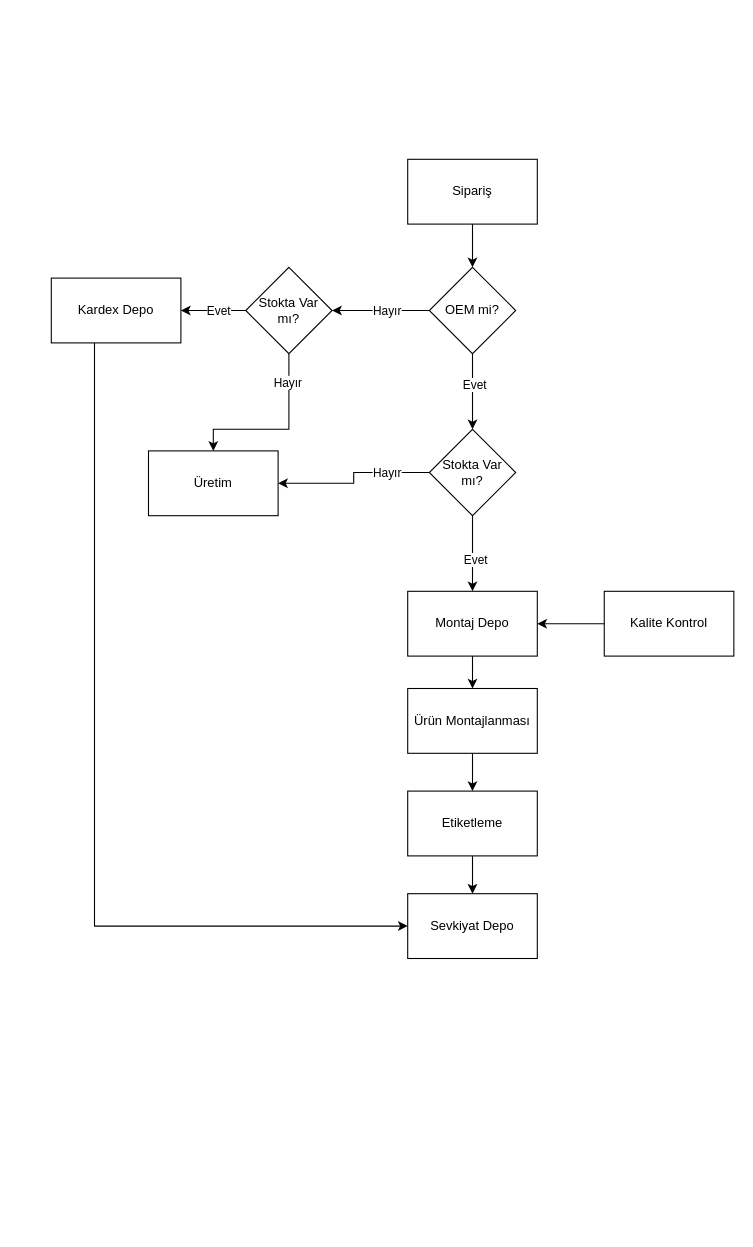
Before: xmls/Depo Akış Şeması.drawio in ahmetnihat/diagrams, a draw.io diagram. Source tidied: cells renumbered, new cells numbered last; positions are measured from the earlier drawing's top-left corner, leaving out a move shared by most shapes. Both pictures are drawn from the tidied source at 108%, with x=0, y=0 at pixel (51, 159).
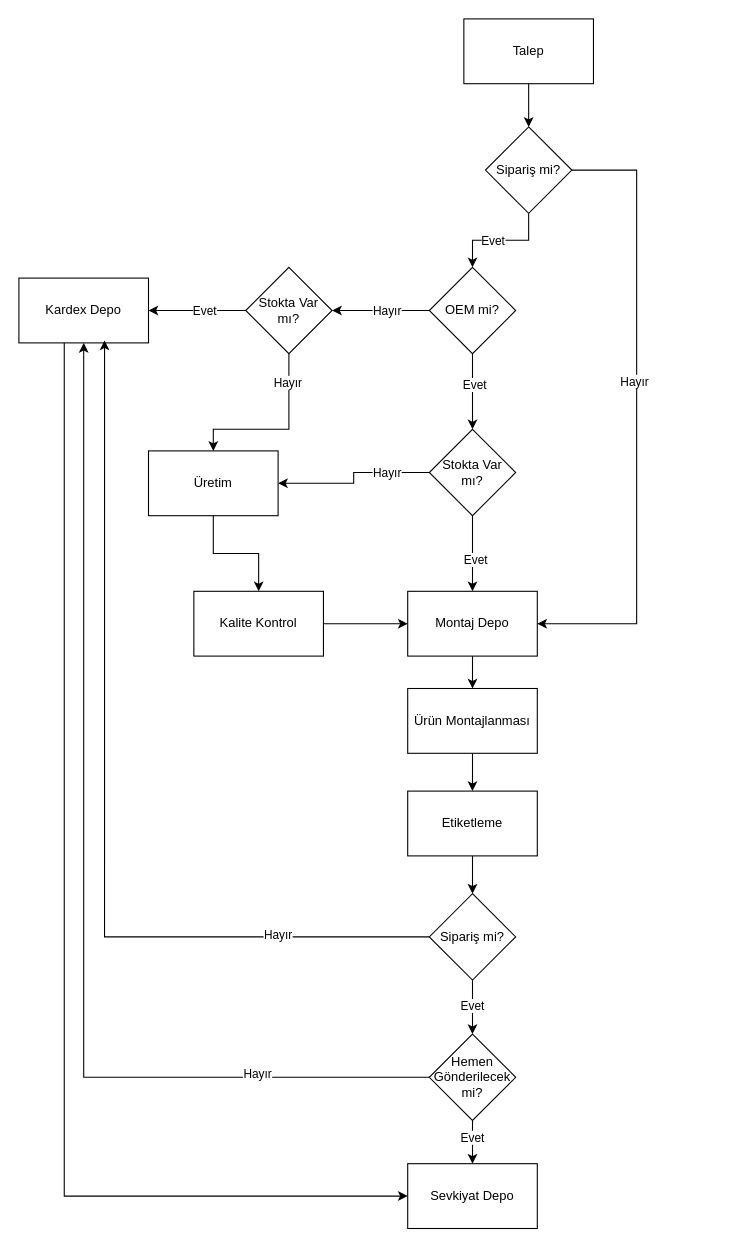
The same diagram, later.

The change refers to these unchanged cells:
```xml
<mxCell id="5" value="Montaj Depo" style="whiteSpace=wrap;html=1;" parent="1" vertex="1">
  <mxGeometry x="330" y="400" width="120" height="60" as="geometry" />
</mxCell>
<mxCell id="17" value="OEM mi?" style="rhombus;whiteSpace=wrap;html=1;" parent="1" vertex="1">
  <mxGeometry x="350" y="100" width="80" height="80" as="geometry" />
</mxCell>
<mxCell id="18" value="Üretim" style="whiteSpace=wrap;html=1;" parent="1" vertex="1">
  <mxGeometry x="90" y="270" width="120" height="60" as="geometry" />
</mxCell>
<mxCell id="29" value="Etiketleme" style="whiteSpace=wrap;html=1;" parent="1" vertex="1">
  <mxGeometry x="330" y="585" width="120" height="60" as="geometry" />
</mxCell>
```

The edit, as a diff of the source:
```diff
@@
     <mxCell id="3" value="Kalite Kontrol" style="whiteSpace=wrap;html=1;" parent="1" vertex="1">
-      <mxGeometry x="512" y="400" width="120" height="60" as="geometry" />
+      <mxGeometry x="132" y="400" width="120" height="60" as="geometry" />
     </mxCell>
@@
-    <mxCell id="6" style="edgeStyle=orthogonalEdgeStyle;rounded=0;jettySize=auto;html=1;" parent="1" edge="1" source="7" target="17">
-      <mxGeometry relative="1" as="geometry" />
-    </mxCell>
-    <mxCell id="7" value="Sipariş" style="whiteSpace=wrap;html=1;" parent="1" vertex="1">
-      <mxGeometry x="330" width="120" height="60" as="geometry" />
-    </mxCell>
@@
+    <mxCell id="31" style="edgeStyle=orthogonalEdgeStyle;rounded=0;jettySize=auto;html=1;entryX=0.5;entryY=0;entryDx=0;entryDy=0;" parent="1" edge="1" source="18" target="3">
+      <mxGeometry relative="1" as="geometry" />
+    </mxCell>
@@
     <mxCell id="19" style="edgeStyle=orthogonalEdgeStyle;rounded=0;jettySize=auto;html=1;entryX=0;entryY=0.5;entryDx=0;entryDy=0;" parent="1" edge="1" source="20" target="30">
       <mxGeometry relative="1" as="geometry">
         <Array as="points">
-          <mxPoint x="40" y="710" />
+          <mxPoint x="12" y="960" />
         </Array>
       </mxGeometry>
     </mxCell>
     <mxCell id="20" value="Kardex Depo" style="whiteSpace=wrap;html=1;" parent="1" vertex="1">
-      <mxGeometry y="110" width="120" height="60" as="geometry" />
+      <mxGeometry x="-30" y="110" width="120" height="60" as="geometry" />
     </mxCell>
@@
-    <mxCell id="28" style="edgeStyle=orthogonalEdgeStyle;rounded=0;jettySize=auto;html=1;" parent="1" edge="1" source="29" target="30">
-      <mxGeometry relative="1" as="geometry" />
-    </mxCell>
+    <mxCell id="32" style="edgeStyle=orthogonalEdgeStyle;rounded=0;jettySize=auto;html=1;" parent="1" edge="1" source="29" target="42">
+      <mxGeometry relative="1" as="geometry" />
+    </mxCell>
@@
     <mxCell id="30" value="Sevkiyat Depo" style="whiteSpace=wrap;html=1;" parent="1" vertex="1">
-      <mxGeometry x="330" y="680" width="120" height="60" as="geometry" />
+      <mxGeometry x="330" y="930" width="120" height="60" as="geometry" />
     </mxCell>
+    <mxCell id="33" style="edgeStyle=orthogonalEdgeStyle;rounded=0;jettySize=auto;html=1;" parent="1" edge="1" source="37" target="17">
+      <mxGeometry relative="1" as="geometry" />
+    </mxCell>
+    <mxCell id="34" value="Evet" style="edgeLabel;html=1;align=center;verticalAlign=middle;" parent="33" vertex="1">
+      <mxGeometry x="0.15" relative="1" as="geometry" />
+    </mxCell>
+    <mxCell id="35" style="edgeStyle=orthogonalEdgeStyle;rounded=0;jettySize=auto;html=1;entryX=1;entryY=0.5;entryDx=0;entryDy=0;" parent="1" edge="1" source="37" target="5">
+      <mxGeometry relative="1" as="geometry">
+        <Array as="points">
+          <mxPoint x="542" y="10" />
+          <mxPoint x="542" y="430" />
+        </Array>
+      </mxGeometry>
+    </mxCell>
+    <mxCell id="36" value="Hayır" style="edgeLabel;html=1;align=center;verticalAlign=middle;" parent="35" vertex="1">
+      <mxGeometry x="-0.11" y="-3" relative="1" as="geometry" />
+    </mxCell>
+    <mxCell id="37" value="Sipariş mi?" style="rhombus;whiteSpace=wrap;html=1;" parent="1" vertex="1">
+      <mxGeometry x="402" y="-30" width="80" height="80" as="geometry" />
+    </mxCell>
+    <mxCell id="38" style="edgeStyle=orthogonalEdgeStyle;rounded=0;jettySize=auto;html=1;" parent="1" edge="1" source="39" target="37">
+      <mxGeometry relative="1" as="geometry" />
+    </mxCell>
+    <mxCell id="39" value="Talep" style="whiteSpace=wrap;html=1;" parent="1" vertex="1">
+      <mxGeometry x="382" y="-130" width="120" height="60" as="geometry" />
+    </mxCell>
+    <mxCell id="40" style="edgeStyle=orthogonalEdgeStyle;rounded=0;jettySize=auto;html=1;" parent="1" edge="1" source="42" target="49">
+      <mxGeometry relative="1" as="geometry" />
+    </mxCell>
+    <mxCell id="41" value="Evet" style="edgeLabel;html=1;align=center;verticalAlign=middle;" parent="40" vertex="1">
+      <mxGeometry x="-0.09" y="-1" relative="1" as="geometry" />
+    </mxCell>
+    <mxCell id="42" value="Sipariş mi?" style="rhombus;whiteSpace=wrap;html=1;" parent="1" vertex="1">
+      <mxGeometry x="350" y="680" width="80" height="80" as="geometry" />
+    </mxCell>
+    <mxCell id="43" style="edgeStyle=orthogonalEdgeStyle;rounded=0;jettySize=auto;html=1;entryX=0.661;entryY=0.962;entryDx=0;entryDy=0;entryPerimeter=0;" parent="1" edge="1" source="42" target="20">
+      <mxGeometry relative="1" as="geometry" />
+    </mxCell>
+    <mxCell id="44" value="Hayır" style="edgeLabel;html=1;align=center;verticalAlign=middle;" parent="43" vertex="1">
+      <mxGeometry x="-0.67" y="-3" relative="1" as="geometry" />
+    </mxCell>
+    <mxCell id="45" style="edgeStyle=orthogonalEdgeStyle;rounded=0;jettySize=auto;html=1;" parent="1" edge="1" source="49" target="30">
+      <mxGeometry relative="1" as="geometry" />
+    </mxCell>
+    <mxCell id="46" value="Evet" style="edgeLabel;html=1;align=center;verticalAlign=middle;" parent="45" vertex="1">
+      <mxGeometry x="-0.25" y="-1" relative="1" as="geometry" />
+    </mxCell>
+    <mxCell id="47" style="edgeStyle=orthogonalEdgeStyle;rounded=0;jettySize=auto;html=1;entryX=0.5;entryY=1;entryDx=0;entryDy=0;" parent="1" edge="1" source="49" target="20">
+      <mxGeometry relative="1" as="geometry" />
+    </mxCell>
+    <mxCell id="48" value="Hayır" style="edgeLabel;html=1;align=center;verticalAlign=middle;" parent="47" vertex="1">
+      <mxGeometry x="-0.68" y="-4" relative="1" as="geometry" />
+    </mxCell>
+    <mxCell id="49" value="Hemen Gönderilecek mi?" style="rhombus;whiteSpace=wrap;html=1;" parent="1" vertex="1">
+      <mxGeometry x="350" y="810" width="80" height="80" as="geometry" />
+    </mxCell>
```
